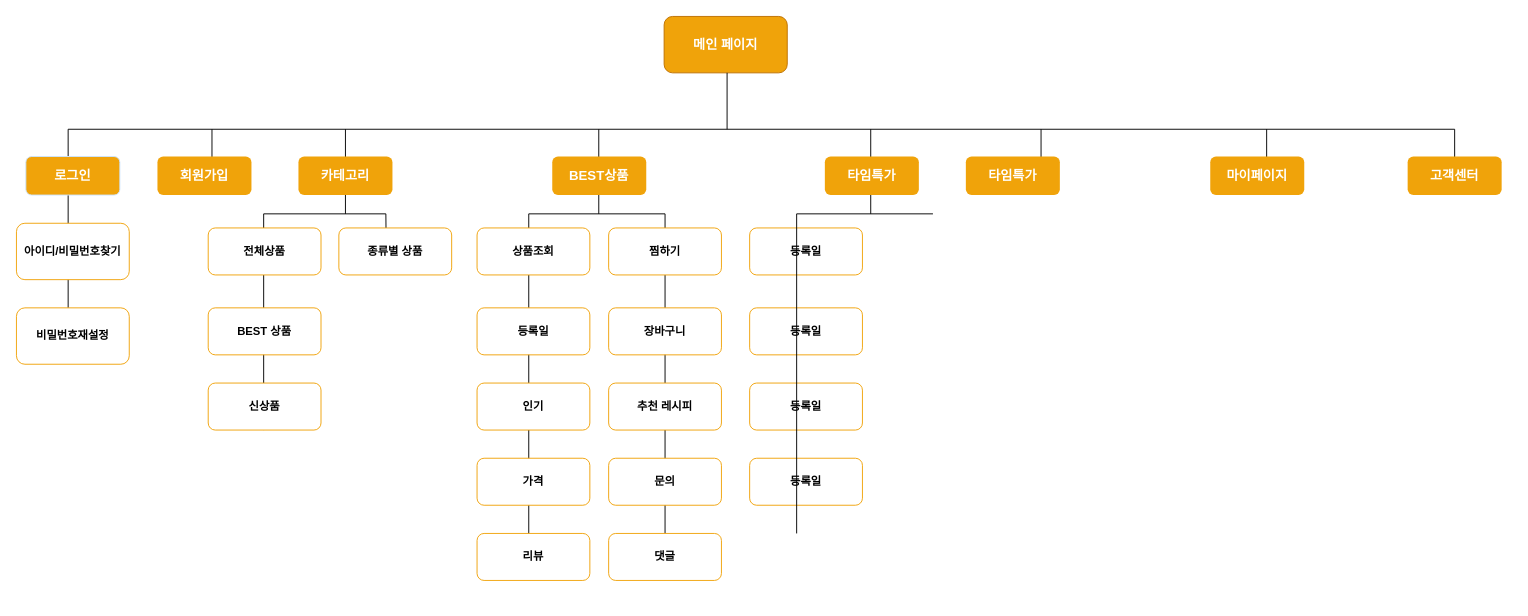
wjdwodhs/Flowchart keeps this draw.io diagram as Flowchart.drawio. Above is the earlier version. Source tidied: cells renumbered, new cells numbered last; positions are measured from the earlier drawing's top-left corner, leaving out a move shared by most shapes. Both pictures are drawn from the tidied source at 94%, with x=0, y=0 at pixel (16, 16).
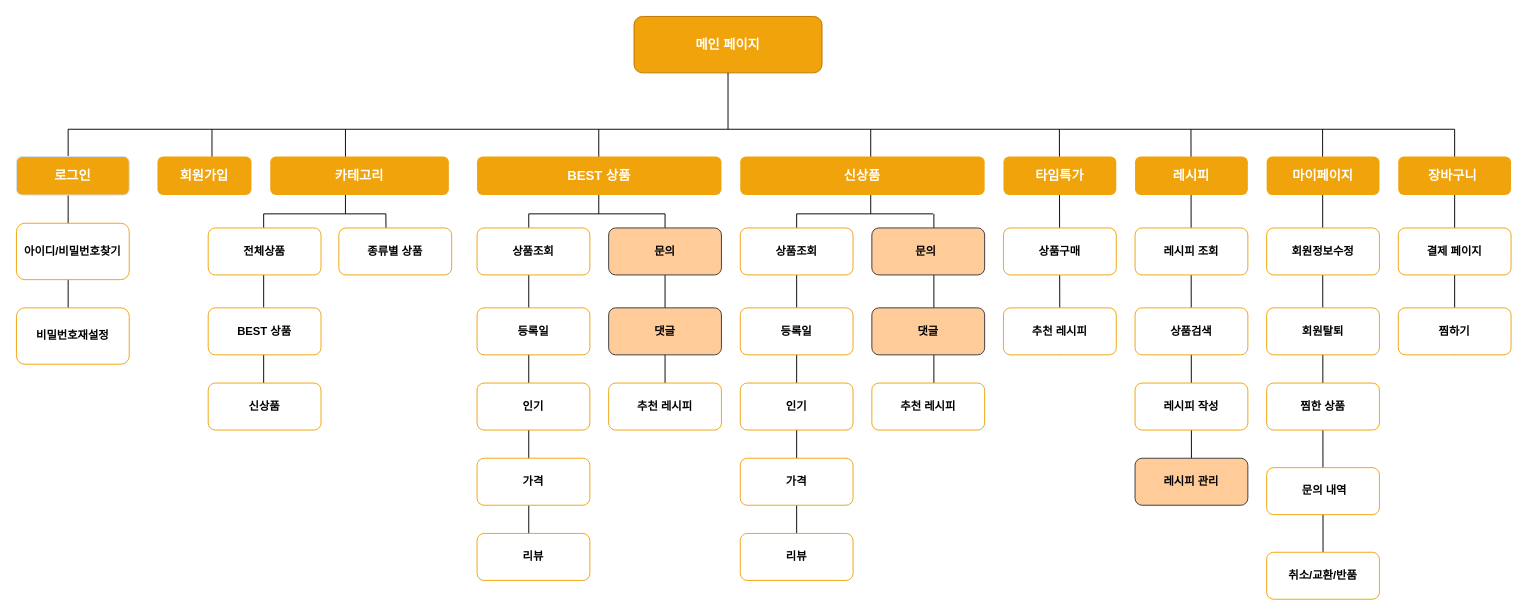
The same diagram, later.

Unchanged cells that the change refers to:
```xml
<mxCell id="33" value="&lt;b&gt;추천 레시피&lt;/b&gt;" style="rounded=1;whiteSpace=wrap;html=1;strokeColor=#F0A30A;" parent="1" vertex="1">
  <mxGeometry x="630" y="390" width="120" height="50" as="geometry" />
</mxCell>
```

Diff of the diagram source:
```diff
@@
     <mxCell id="2" value="&lt;h3&gt;&lt;font color=&quot;#ffffff&quot; style=&quot;font-size: 14px;&quot;&gt;메인 페이지&lt;/font&gt;&lt;/h3&gt;" style="rounded=1;whiteSpace=wrap;html=1;fillColor=#F0A30A;strokeColor=#BD7000;fontColor=#000000;" parent="1" vertex="1">
-      <mxGeometry x="689" width="131" height="60" as="geometry" />
+      <mxGeometry x="657" width="200" height="60" as="geometry" />
     </mxCell>
@@
     <mxCell id="4" style="endArrow=none;html=1;rounded=0;" parent="1" edge="1">
       <mxGeometry relative="1" as="geometry">
-        <mxPoint x="756" y="120" as="sourcePoint" />
-        <mxPoint x="756" y="60" as="targetPoint" />
+        <mxPoint x="757" y="120" as="sourcePoint" />
+        <mxPoint x="757" y="60" as="targetPoint" />
       </mxGeometry>
     </mxCell>
@@
     <mxCell id="7" value="&lt;h3&gt;&lt;font color=&quot;#ffffff&quot; style=&quot;font-size: 14px;&quot;&gt;로그인&lt;/font&gt;&lt;/h3&gt;" style="rounded=1;whiteSpace=wrap;html=1;fillColor=#F0A30A;strokeColor=#CCE5FF;" parent="1" vertex="1">
-      <mxGeometry x="10" y="149" width="100" height="41" as="geometry" />
+      <mxGeometry y="149" width="120" height="41" as="geometry" />
     </mxCell>
@@
-    <mxCell id="9" style="endArrow=none;html=1;rounded=0;" parent="1" edge="1">
+    <mxCell id="9" style="endArrow=none;html=1;rounded=0;exitX=0.5;exitY=1;exitDx=0;exitDy=0;" parent="1" edge="1" source="57">
       <mxGeometry relative="1" as="geometry">
-        <mxPoint x="1090" y="180" as="sourcePoint" />
-        <mxPoint x="1090" y="120" as="targetPoint" />
+        <mxPoint x="1109.5" y="120" as="targetPoint" />
       </mxGeometry>
     </mxCell>
     <mxCell id="10" style="endArrow=none;html=1;rounded=0;" parent="1" edge="1">
       <mxGeometry relative="1" as="geometry">
-        <mxPoint x="1330" y="180" as="sourcePoint" />
-        <mxPoint x="1330" y="120" as="targetPoint" />
+        <mxPoint x="1250" y="480" as="sourcePoint" />
+        <mxPoint x="1249.5" y="120" as="targetPoint" />
       </mxGeometry>
     </mxCell>
-    <mxCell id="11" value="&lt;h3&gt;&lt;font color=&quot;#ffffff&quot; style=&quot;font-size: 14px;&quot;&gt;마이페이지&lt;/font&gt;&lt;/h3&gt;" style="rounded=1;whiteSpace=wrap;html=1;fillColor=#F0A30A;strokeColor=none;" parent="1" vertex="1">
-      <mxGeometry x="1270" y="149" width="100" height="41" as="geometry" />
+    <mxCell id="11" value="&lt;h3&gt;&lt;font color=&quot;#ffffff&quot;&gt;&lt;span style=&quot;font-size: 14px;&quot;&gt;레시피&lt;/span&gt;&lt;/font&gt;&lt;/h3&gt;" style="rounded=1;whiteSpace=wrap;html=1;fillColor=#F0A30A;strokeColor=none;" parent="1" vertex="1">
+      <mxGeometry x="1190" y="149" width="120" height="41" as="geometry" />
     </mxCell>
@@
     <mxCell id="14" style="endArrow=none;html=1;rounded=0;" parent="1" edge="1">
       <mxGeometry relative="1" as="geometry">
-        <mxPoint x="1530" y="150" as="sourcePoint" />
-        <mxPoint x="1530" y="120" as="targetPoint" />
+        <mxPoint x="1390" y="570" as="sourcePoint" />
+        <mxPoint x="1389.5" y="120" as="targetPoint" />
       </mxGeometry>
     </mxCell>
@@
     <mxCell id="16" value="&lt;h3&gt;&lt;span style=&quot;font-size: 14px;&quot;&gt;&lt;font color=&quot;#ffffff&quot;&gt;카테고리&lt;/font&gt;&lt;/span&gt;&lt;/h3&gt;" style="rounded=1;whiteSpace=wrap;html=1;fillColor=#F0A30A;strokeColor=none;" parent="1" vertex="1">
-      <mxGeometry x="300" y="149" width="100" height="41" as="geometry" />
+      <mxGeometry x="270" y="149" width="190" height="41" as="geometry" />
     </mxCell>
@@
-    <mxCell id="20" style="endArrow=none;html=1;rounded=0;exitX=0.5;exitY=0;exitDx=0;exitDy=0;" parent="1" edge="1" source="44">
+    <mxCell id="20" style="endArrow=none;html=1;rounded=0;exitX=0.5;exitY=1;exitDx=0;exitDy=0;" parent="1" edge="1" source="33">
       <mxGeometry relative="1" as="geometry">
         <mxPoint x="690" y="210" as="targetPoint" />
       </mxGeometry>
     </mxCell>
@@
-    <mxCell id="26" value="&lt;h3&gt;&lt;font color=&quot;#ffffff&quot; style=&quot;font-size: 14px;&quot;&gt;고객센터&lt;/font&gt;&lt;/h3&gt;" style="rounded=1;whiteSpace=wrap;html=1;fillColor=#F0A30A;strokeColor=none;" parent="1" vertex="1">
-      <mxGeometry x="1480" y="149" width="100" height="41" as="geometry" />
+    <mxCell id="26" value="&lt;h3&gt;&lt;font color=&quot;#ffffff&quot;&gt;&lt;span style=&quot;font-size: 14px;&quot;&gt;마이페이지&lt;/span&gt;&lt;/font&gt;&lt;/h3&gt;" style="rounded=1;whiteSpace=wrap;html=1;fillColor=#F0A30A;strokeColor=none;" parent="1" vertex="1">
+      <mxGeometry x="1330" y="149" width="120" height="41" as="geometry" />
     </mxCell>
@@
-    <mxCell id="31" value="&lt;b&gt;찜하기&lt;/b&gt;" style="rounded=1;whiteSpace=wrap;html=1;strokeColor=#F0A30A;" parent="1" vertex="1">
+    <mxCell id="31" value="&lt;b&gt;문의&lt;/b&gt;" style="rounded=1;whiteSpace=wrap;html=1;strokeColor=#36393d;fillColor=#ffcc99;" parent="1" vertex="1">
       <mxGeometry x="630" y="225" width="120" height="50" as="geometry" />
     </mxCell>
-    <mxCell id="32" value="&lt;b&gt;장바구니&lt;/b&gt;" style="rounded=1;whiteSpace=wrap;html=1;strokeColor=#F0A30A;" parent="1" vertex="1">
+    <mxCell id="32" value="&lt;b&gt;댓글&lt;/b&gt;" style="rounded=1;whiteSpace=wrap;html=1;strokeColor=#36393d;fillColor=#ffcc99;" parent="1" vertex="1">
       <mxGeometry x="630" y="310" width="120" height="50" as="geometry" />
     </mxCell>
@@
-    <mxCell id="34" value="&lt;b style=&quot;border-color: var(--border-color);&quot;&gt;문의&lt;/b&gt;" style="rounded=1;whiteSpace=wrap;html=1;strokeColor=#F0A30A;" parent="1" vertex="1">
-      <mxGeometry x="630" y="470" width="120" height="50" as="geometry" />
-    </mxCell>
     <mxCell id="35" value="&lt;h3&gt;&lt;font color=&quot;#ffffff&quot;&gt;&lt;span style=&quot;font-size: 14px;&quot;&gt;타임특가&lt;/span&gt;&lt;/font&gt;&lt;/h3&gt;" style="rounded=1;whiteSpace=wrap;html=1;fillColor=#F0A30A;strokeColor=none;" parent="1" vertex="1">
-      <mxGeometry x="1010" y="149" width="100" height="41" as="geometry" />
+      <mxGeometry x="1050" y="149" width="120" height="41" as="geometry" />
     </mxCell>
-    <mxCell id="36" value="&lt;b&gt;등록일&lt;/b&gt;" style="rounded=1;whiteSpace=wrap;html=1;strokeColor=#F0A30A;" parent="1" vertex="1">
-      <mxGeometry x="780" y="225" width="120" height="50" as="geometry" />
-    </mxCell>
-    <mxCell id="37" value="&lt;b&gt;등록일&lt;/b&gt;" style="rounded=1;whiteSpace=wrap;html=1;strokeColor=#F0A30A;" parent="1" vertex="1">
-      <mxGeometry x="780" y="310" width="120" height="50" as="geometry" />
-    </mxCell>
-    <mxCell id="38" value="&lt;b&gt;등록일&lt;/b&gt;" style="rounded=1;whiteSpace=wrap;html=1;strokeColor=#F0A30A;" parent="1" vertex="1">
-      <mxGeometry x="780" y="470" width="120" height="50" as="geometry" />
-    </mxCell>
-    <mxCell id="39" value="&lt;b&gt;등록일&lt;/b&gt;" style="rounded=1;whiteSpace=wrap;html=1;strokeColor=#F0A30A;" parent="1" vertex="1">
-      <mxGeometry x="780" y="390" width="120" height="50" as="geometry" />
-    </mxCell>
@@
-    <mxCell id="43" value="&lt;h3 style=&quot;border-color: var(--border-color);&quot;&gt;&lt;font color=&quot;#ffffff&quot;&gt;BEST상품&lt;/font&gt;&lt;/h3&gt;" style="rounded=1;whiteSpace=wrap;html=1;fillColor=#F0A30A;strokeColor=none;" parent="1" vertex="1">
-      <mxGeometry x="570" y="149" width="100" height="41" as="geometry" />
+    <mxCell id="43" value="&lt;h3 style=&quot;border-color: var(--border-color);&quot;&gt;&lt;font color=&quot;#ffffff&quot;&gt;BEST 상품&lt;/font&gt;&lt;/h3&gt;" style="rounded=1;whiteSpace=wrap;html=1;fillColor=#F0A30A;strokeColor=none;" parent="1" vertex="1">
+      <mxGeometry x="490" y="149" width="260" height="41" as="geometry" />
     </mxCell>
-    <mxCell id="44" value="&lt;b style=&quot;border-color: var(--border-color);&quot;&gt;댓글&lt;/b&gt;" style="rounded=1;whiteSpace=wrap;html=1;strokeColor=#F0A30A;" parent="1" vertex="1">
-      <mxGeometry x="630" y="550" width="120" height="50" as="geometry" />
-    </mxCell>
@@
-    <mxCell id="46" value="&lt;h3&gt;&lt;font color=&quot;#ffffff&quot;&gt;&lt;span style=&quot;font-size: 14px;&quot;&gt;타임특가&lt;/span&gt;&lt;/font&gt;&lt;/h3&gt;" style="rounded=1;whiteSpace=wrap;html=1;fillColor=#F0A30A;strokeColor=none;" parent="1" vertex="1">
-      <mxGeometry x="860" y="149" width="100" height="41" as="geometry" />
+    <mxCell id="46" value="&lt;h3&gt;&lt;font color=&quot;#ffffff&quot;&gt;&lt;span style=&quot;font-size: 14px;&quot;&gt;신상품&lt;/span&gt;&lt;/font&gt;&lt;/h3&gt;" style="rounded=1;whiteSpace=wrap;html=1;fillColor=#F0A30A;strokeColor=none;" parent="1" vertex="1">
+      <mxGeometry x="770" y="149" width="260" height="41" as="geometry" />
     </mxCell>
@@
+    <mxCell id="49" style="endArrow=none;html=1;rounded=0;exitX=0.55;exitY=1;exitDx=0;exitDy=0;exitPerimeter=0;" parent="1" edge="1" source="55">
+      <mxGeometry relative="1" as="geometry">
+        <mxPoint x="976" y="210" as="targetPoint" />
+      </mxGeometry>
+    </mxCell>
+    <mxCell id="50" value="&lt;b&gt;상품조회&lt;/b&gt;" style="rounded=1;whiteSpace=wrap;html=1;strokeColor=#F0A30A;" parent="1" vertex="1">
+      <mxGeometry x="770" y="225" width="120" height="50" as="geometry" />
+    </mxCell>
+    <mxCell id="51" value="&lt;b&gt;등록일&lt;/b&gt;" style="rounded=1;whiteSpace=wrap;html=1;strokeColor=#F0A30A;" parent="1" vertex="1">
+      <mxGeometry x="770" y="310" width="120" height="50" as="geometry" />
+    </mxCell>
+    <mxCell id="52" value="&lt;b&gt;인기&lt;/b&gt;" style="rounded=1;whiteSpace=wrap;html=1;strokeColor=#F0A30A;" parent="1" vertex="1">
+      <mxGeometry x="770" y="390" width="120" height="50" as="geometry" />
+    </mxCell>
+    <mxCell id="53" value="&lt;b&gt;가격&lt;/b&gt;" style="rounded=1;whiteSpace=wrap;html=1;strokeColor=#F0A30A;" parent="1" vertex="1">
+      <mxGeometry x="770" y="470" width="120" height="50" as="geometry" />
+    </mxCell>
+    <mxCell id="54" value="&lt;b&gt;리뷰&lt;/b&gt;" style="rounded=1;whiteSpace=wrap;html=1;strokeColor=#F0A30A;" parent="1" vertex="1">
+      <mxGeometry x="770" y="550" width="120" height="50" as="geometry" />
+    </mxCell>
+    <mxCell id="34" value="&lt;b&gt;문의&lt;span style=&quot;white-space: pre;&quot;&gt;&#9;&lt;/span&gt;&lt;/b&gt;" style="rounded=1;whiteSpace=wrap;html=1;strokeColor=#36393d;fillColor=#ffcc99;" parent="1" vertex="1">
+      <mxGeometry x="910" y="225" width="120" height="50" as="geometry" />
+    </mxCell>
+    <mxCell id="44" value="&lt;b&gt;댓글&lt;/b&gt;" style="rounded=1;whiteSpace=wrap;html=1;strokeColor=#36393d;fillColor=#ffcc99;" parent="1" vertex="1">
+      <mxGeometry x="910" y="310" width="120" height="50" as="geometry" />
+    </mxCell>
+    <mxCell id="55" value="&lt;b&gt;추천 레시피&lt;/b&gt;" style="rounded=1;whiteSpace=wrap;html=1;strokeColor=#F0A30A;" parent="1" vertex="1">
+      <mxGeometry x="910" y="390" width="120" height="50" as="geometry" />
+    </mxCell>
+    <mxCell id="56" value="&lt;b&gt;상품구매&lt;/b&gt;" style="rounded=1;whiteSpace=wrap;html=1;strokeColor=#F0A30A;" parent="1" vertex="1">
+      <mxGeometry x="1050" y="225" width="120" height="50" as="geometry" />
+    </mxCell>
+    <mxCell id="57" value="&lt;b&gt;추천 레시피&lt;/b&gt;" style="rounded=1;whiteSpace=wrap;html=1;strokeColor=#F0A30A;" parent="1" vertex="1">
+      <mxGeometry x="1050" y="310" width="120" height="50" as="geometry" />
+    </mxCell>
+    <mxCell id="58" value="&lt;b&gt;레시피 조회&lt;/b&gt;" style="rounded=1;whiteSpace=wrap;html=1;strokeColor=#F0A30A;" parent="1" vertex="1">
+      <mxGeometry x="1190" y="225" width="120" height="50" as="geometry" />
+    </mxCell>
+    <mxCell id="59" value="&lt;b&gt;상품검색&lt;/b&gt;" style="rounded=1;whiteSpace=wrap;html=1;strokeColor=#F0A30A;" parent="1" vertex="1">
+      <mxGeometry x="1190" y="310" width="120" height="50" as="geometry" />
+    </mxCell>
+    <mxCell id="60" value="&lt;b&gt;레시피 작성&lt;/b&gt;" style="rounded=1;whiteSpace=wrap;html=1;strokeColor=#F0A30A;" parent="1" vertex="1">
+      <mxGeometry x="1190" y="390" width="120" height="50" as="geometry" />
+    </mxCell>
+    <mxCell id="61" value="&lt;b&gt;회원정보수정&lt;/b&gt;" style="rounded=1;whiteSpace=wrap;html=1;strokeColor=#F0A30A;" parent="1" vertex="1">
+      <mxGeometry x="1330" y="225" width="120" height="50" as="geometry" />
+    </mxCell>
+    <mxCell id="62" value="&lt;b&gt;회원탈퇴&lt;/b&gt;" style="rounded=1;whiteSpace=wrap;html=1;strokeColor=#F0A30A;" parent="1" vertex="1">
+      <mxGeometry x="1330" y="310" width="120" height="50" as="geometry" />
+    </mxCell>
+    <mxCell id="63" value="&lt;b&gt;찜한 상품&lt;/b&gt;" style="rounded=1;whiteSpace=wrap;html=1;strokeColor=#F0A30A;" parent="1" vertex="1">
+      <mxGeometry x="1330" y="390" width="120" height="50" as="geometry" />
+    </mxCell>
+    <mxCell id="64" value="&lt;b&gt;&amp;nbsp;문의 내역&lt;/b&gt;" style="rounded=1;whiteSpace=wrap;html=1;strokeColor=#F0A30A;" parent="1" vertex="1">
+      <mxGeometry x="1330" y="480" width="120" height="50" as="geometry" />
+    </mxCell>
+    <mxCell id="65" value="&lt;b&gt;취소/교환/반품&lt;/b&gt;" style="rounded=1;whiteSpace=wrap;html=1;strokeColor=#F0A30A;" parent="1" vertex="1">
+      <mxGeometry x="1330" y="570" width="120" height="50" as="geometry" />
+    </mxCell>
+    <mxCell id="66" value="&lt;b&gt;레시피 관리&lt;/b&gt;" style="rounded=1;whiteSpace=wrap;html=1;strokeColor=#36393d;fillColor=#ffcc99;" parent="1" vertex="1">
+      <mxGeometry x="1190" y="470" width="120" height="50" as="geometry" />
+    </mxCell>
+    <mxCell id="67" style="endArrow=none;html=1;rounded=0;exitX=0.5;exitY=1;exitDx=0;exitDy=0;exitPerimeter=0;" parent="1" edge="1" source="70">
+      <mxGeometry relative="1" as="geometry">
+        <mxPoint x="1530" y="120" as="targetPoint" />
+      </mxGeometry>
+    </mxCell>
+    <mxCell id="68" value="&lt;h3&gt;&lt;font color=&quot;#ffffff&quot;&gt;&lt;span style=&quot;font-size: 14px;&quot;&gt;장바구니&amp;nbsp;&lt;/span&gt;&lt;/font&gt;&lt;/h3&gt;" style="rounded=1;whiteSpace=wrap;html=1;fillColor=#F0A30A;strokeColor=none;" parent="1" vertex="1">
+      <mxGeometry x="1470" y="149" width="120" height="41" as="geometry" />
+    </mxCell>
+    <mxCell id="69" value="&lt;b&gt;결제 페이지&lt;/b&gt;" style="rounded=1;whiteSpace=wrap;html=1;strokeColor=#F0A30A;" parent="1" vertex="1">
+      <mxGeometry x="1470" y="225" width="120" height="50" as="geometry" />
+    </mxCell>
+    <mxCell id="70" value="&lt;b&gt;찜하기&lt;/b&gt;" style="rounded=1;whiteSpace=wrap;html=1;strokeColor=#F0A30A;" parent="1" vertex="1">
+      <mxGeometry x="1470" y="310" width="120" height="50" as="geometry" />
+    </mxCell>
```
